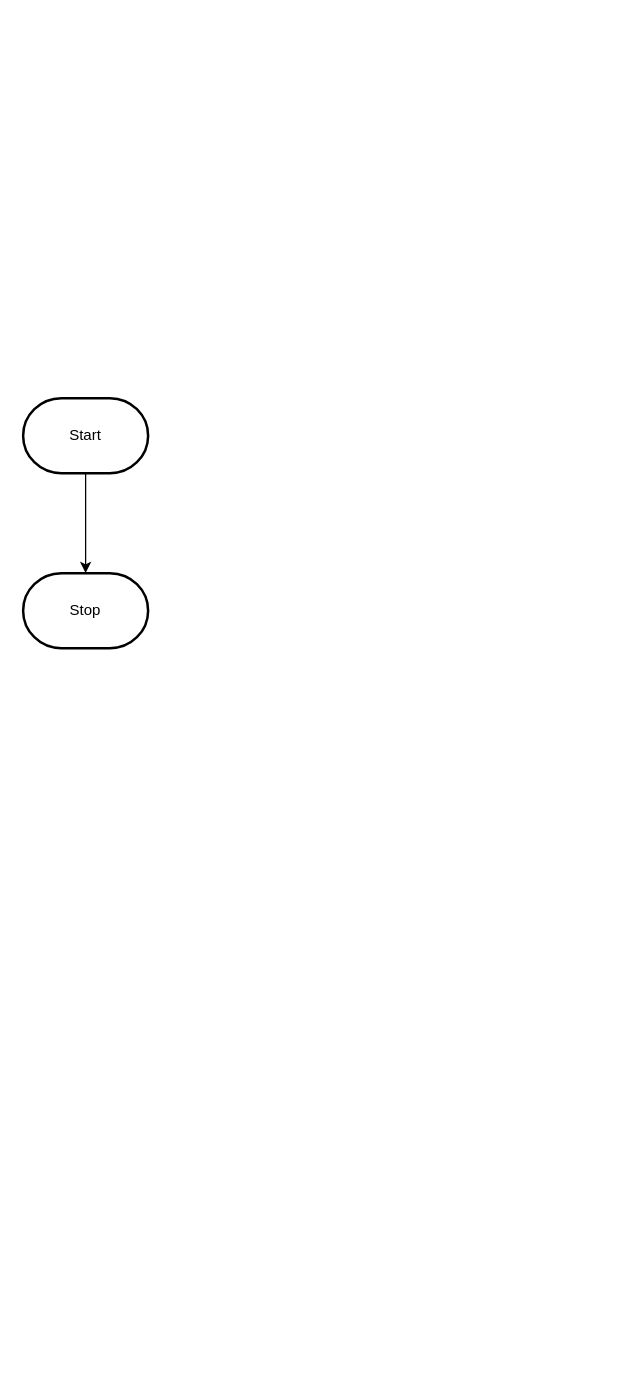
Above: design/flowchart.drawio in MTHS-ICD2O-1-2023/ICD2O-Unit-5-06-tymofii-stepanov (draw.io), before the change. Source tidied: cells renumbered, new cells numbered last; positions are measured from the earlier drawing's top-left corner, leaving out a move shared by most shapes. Both pictures are drawn from the tidied source at 125%, with x=0, y=0 at pixel (22, 398).
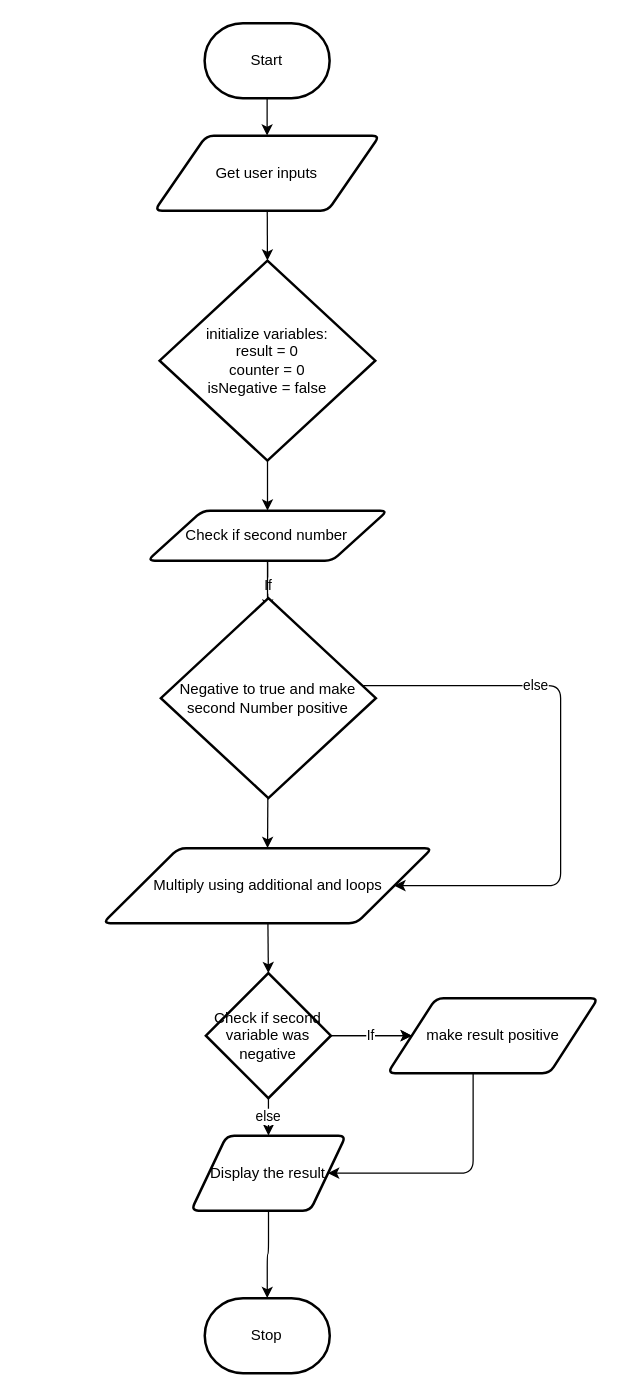
The same page after the edit.

Change to the diagram source:
```diff
@@
-    <mxCell id="2" style="edgeStyle=orthogonalEdgeStyle;html=1;rounded=0;" parent="1" edge="1" source="3" target="4">
-      <mxGeometry relative="1" as="geometry" />
-    </mxCell>
+    <mxCell id="5" style="edgeStyle=none;html=1;entryX=0.5;entryY=0;entryDx=0;entryDy=0;" parent="1" edge="1" source="3" target="2">
+      <mxGeometry relative="1" as="geometry" />
+    </mxCell>
     <mxCell id="3" value="Start" style="strokeWidth=2;html=1;shape=mxgraph.flowchart.terminator;whiteSpace=wrap;" parent="1" vertex="1">
-      <mxGeometry width="100" height="60" as="geometry" />
+      <mxGeometry x="145.2" y="-300" width="100" height="60" as="geometry" />
     </mxCell>
     <mxCell id="4" value="Stop" style="strokeWidth=2;html=1;shape=mxgraph.flowchart.terminator;whiteSpace=wrap;" parent="1" vertex="1">
-      <mxGeometry y="140" width="100" height="60" as="geometry" />
+      <mxGeometry x="145.3" y="720" width="100" height="60" as="geometry" />
     </mxCell>
+    <mxCell id="6" style="edgeStyle=none;html=1;entryX=0.5;entryY=0;entryDx=0;entryDy=0;entryPerimeter=0;" parent="1" edge="1" source="2" target="8">
+      <mxGeometry relative="1" as="geometry" />
+    </mxCell>
+    <mxCell id="2" value="Get user inputs" style="shape=parallelogram;html=1;strokeWidth=2;perimeter=parallelogramPerimeter;whiteSpace=wrap;rounded=1;arcSize=12;size=0.23;" parent="1" vertex="1">
+      <mxGeometry x="105.2" y="-210" width="180" height="60" as="geometry" />
+    </mxCell>
+    <mxCell id="7" style="edgeStyle=none;html=1;entryX=0.5;entryY=0;entryDx=0;entryDy=0;" parent="1" edge="1" source="8" target="11">
+      <mxGeometry relative="1" as="geometry" />
+    </mxCell>
+    <mxCell id="8" value="initialize variables:&lt;br&gt;result = 0&lt;br&gt;counter = 0&lt;br&gt;isNegative = false" style="strokeWidth=2;html=1;shape=mxgraph.flowchart.decision;whiteSpace=wrap;" parent="1" vertex="1">
+      <mxGeometry x="109.2" y="-110" width="172.5" height="160" as="geometry" />
+    </mxCell>
+    <mxCell id="9" value="If" style="edgeStyle=none;html=1;entryX=0.5;entryY=0;entryDx=0;entryDy=0;entryPerimeter=0;" parent="1" edge="1" source="11">
+      <mxGeometry relative="1" as="geometry">
+        <mxPoint x="195.7" y="170" as="targetPoint" />
+      </mxGeometry>
+    </mxCell>
+    <mxCell id="10" value="else" style="edgeStyle=orthogonalEdgeStyle;html=1;entryX=1;entryY=0.5;entryDx=0;entryDy=0;" parent="1" edge="1" source="11" target="15">
+      <mxGeometry relative="1" as="geometry">
+        <Array as="points">
+          <mxPoint x="196" y="230" />
+          <mxPoint x="430" y="230" />
+          <mxPoint x="430" y="390" />
+        </Array>
+      </mxGeometry>
+    </mxCell>
+    <mxCell id="11" value="Check if second number" style="shape=parallelogram;html=1;strokeWidth=2;perimeter=parallelogramPerimeter;whiteSpace=wrap;rounded=1;arcSize=12;size=0.23;" parent="1" vertex="1">
+      <mxGeometry x="99.4" y="90" width="192.2" height="40" as="geometry" />
+    </mxCell>
+    <mxCell id="12" style="edgeStyle=none;html=1;entryX=0.5;entryY=0;entryDx=0;entryDy=0;" parent="1" edge="1" source="13" target="15">
+      <mxGeometry relative="1" as="geometry" />
+    </mxCell>
+    <mxCell id="13" value="Negative to true and make second Number positive" style="strokeWidth=2;html=1;shape=mxgraph.flowchart.decision;whiteSpace=wrap;" parent="1" vertex="1">
+      <mxGeometry x="110.2" y="160" width="172" height="160" as="geometry" />
+    </mxCell>
+    <mxCell id="14" style="edgeStyle=none;html=1;entryX=0.5;entryY=0;entryDx=0;entryDy=0;entryPerimeter=0;" parent="1" edge="1" source="15" target="19">
+      <mxGeometry relative="1" as="geometry" />
+    </mxCell>
+    <mxCell id="15" value="Multiply using additional and loops" style="shape=parallelogram;html=1;strokeWidth=2;perimeter=parallelogramPerimeter;whiteSpace=wrap;rounded=1;arcSize=12;size=0.23;" parent="1" vertex="1">
+      <mxGeometry x="63.8" y="360" width="263.5" height="60" as="geometry" />
+    </mxCell>
+    <mxCell id="16" style="edgeStyle=none;html=1;entryX=0;entryY=0.5;entryDx=0;entryDy=0;" parent="1" edge="1" source="19" target="21">
+      <mxGeometry relative="1" as="geometry" />
+    </mxCell>
+    <mxCell id="17" value="If" style="edgeStyle=none;html=1;" parent="1" edge="1" source="19" target="21">
+      <mxGeometry relative="1" as="geometry" />
+    </mxCell>
+    <mxCell id="18" value="else" style="edgeStyle=none;html=1;entryX=0.5;entryY=0;entryDx=0;entryDy=0;" parent="1" edge="1" source="19" target="23">
+      <mxGeometry relative="1" as="geometry" />
+    </mxCell>
+    <mxCell id="19" value="Check if second variable was negative" style="strokeWidth=2;html=1;shape=mxgraph.flowchart.decision;whiteSpace=wrap;" parent="1" vertex="1">
+      <mxGeometry x="146.2" y="460" width="100" height="100" as="geometry" />
+    </mxCell>
+    <mxCell id="20" style="edgeStyle=orthogonalEdgeStyle;html=1;entryX=1;entryY=0.5;entryDx=0;entryDy=0;" parent="1" edge="1" source="21" target="23">
+      <mxGeometry relative="1" as="geometry">
+        <Array as="points">
+          <mxPoint x="360" y="620" />
+        </Array>
+      </mxGeometry>
+    </mxCell>
+    <mxCell id="21" value="make result positive" style="shape=parallelogram;html=1;strokeWidth=2;perimeter=parallelogramPerimeter;whiteSpace=wrap;rounded=1;arcSize=12;size=0.23;" parent="1" vertex="1">
+      <mxGeometry x="291.6" y="480" width="168.4" height="60" as="geometry" />
+    </mxCell>
+    <mxCell id="22" style="edgeStyle=orthogonalEdgeStyle;html=1;" parent="1" edge="1" source="23" target="4">
+      <mxGeometry relative="1" as="geometry" />
+    </mxCell>
+    <mxCell id="23" value="Display the result" style="shape=parallelogram;html=1;strokeWidth=2;perimeter=parallelogramPerimeter;whiteSpace=wrap;rounded=1;arcSize=12;size=0.23;" parent="1" vertex="1">
+      <mxGeometry x="134.4" y="590" width="123.8" height="60" as="geometry" />
+    </mxCell>
```
